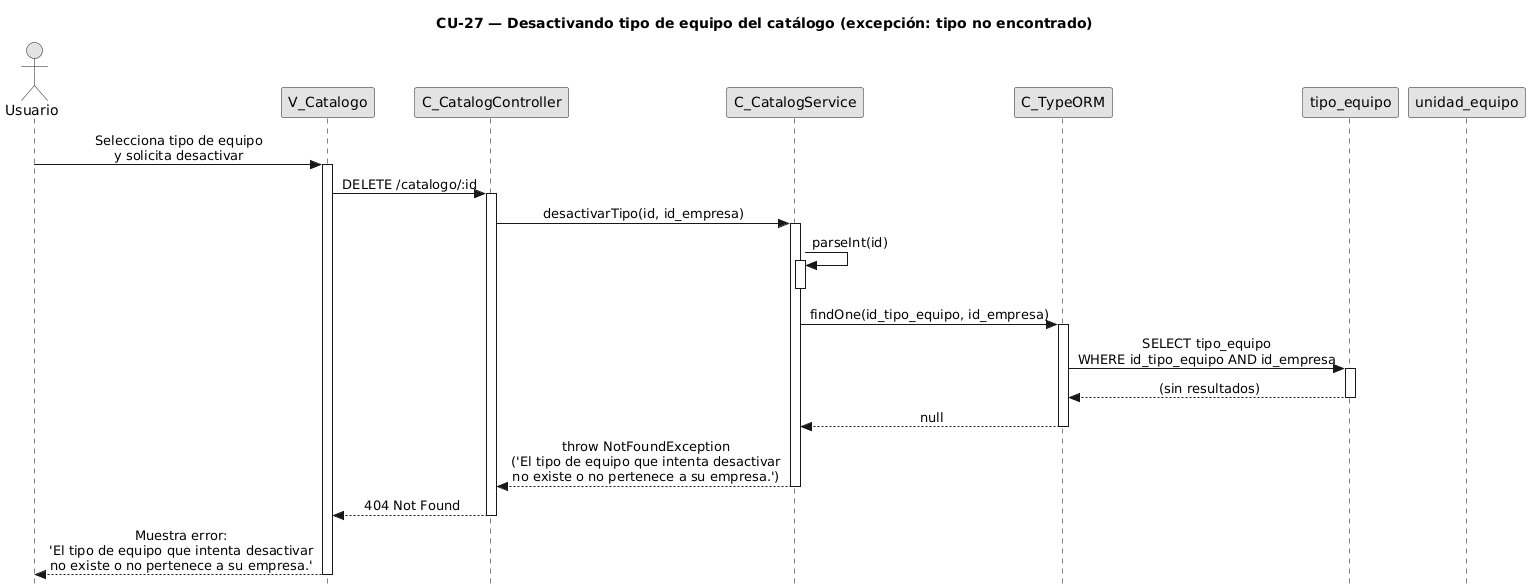
Before: diagramas/diagramas-secuencia/CU27/CU27-exc-tiene-unidades.png, a diagram exported from PlantUML (FSM-Finet-y-Cable-Magico/Team_1-Inventario-y-Bodega).
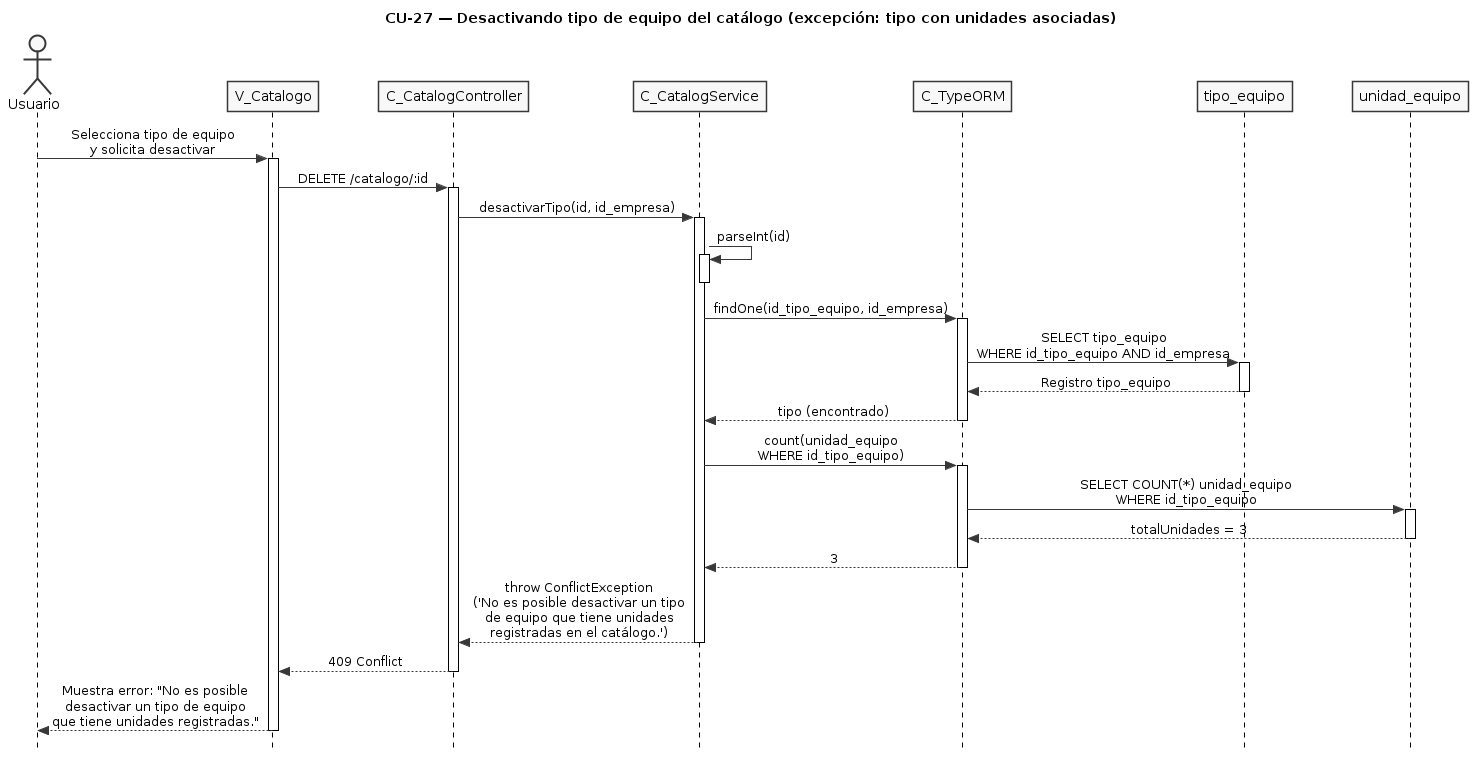
After the commit.

Change to the diagram source:
```diff
@@ -1,10 +1,12 @@
 @startuml CU27-exc-tiene-unidades
-title CU-27 — Desactivando tipo de equipo del catálogo (excepción: tipo no encontrado)
+title CU-27 — Desactivando tipo de equipo del catálogo (excepción: tipo con unidades asociadas)
 
 skinparam style strictuml
 skinparam monochrome true
 skinparam shadowing false
 skinparam sequenceMessageAlign center
+skinparam ParticipantPadding 25
+skinparam ActorPadding 20
 skinparam sequence {
   MessageAlign center
   LifeLineBorderColor black
@@ -37,19 +39,30 @@
 
 orm -> tent : SELECT tipo_equipo\nWHERE id_tipo_equipo AND id_empresa
 activate tent
-tent --> orm : (sin resultados)
+tent --> orm : Registro tipo_equipo
 deactivate tent
 
-orm --> svc : null
+orm --> svc : tipo (encontrado)
 deactivate orm
 
-svc --> ctrl : throw NotFoundException\n('El tipo de equipo que intenta desactivar\nno existe o no pertenece a su empresa.')
+svc -> orm : count(unidad_equipo\nWHERE id_tipo_equipo)
+activate orm
+
+orm -> uent : SELECT COUNT(*) unidad_equipo\nWHERE id_tipo_equipo
+activate uent
+uent --> orm : totalUnidades = 3
+deactivate uent
+
+orm --> svc : 3
+deactivate orm
+
+svc --> ctrl : throw ConflictException\n('No es posible desactivar un tipo\nde equipo que tiene unidades\nregistradas en el catálogo.')
 deactivate svc
 
-ctrl --> view : 404 Not Found
+ctrl --> view : 409 Conflict
 deactivate ctrl
 
-view --> user : Muestra error:\n'El tipo de equipo que intenta desactivar\nno existe o no pertenece a su empresa.'
+view --> user : Muestra error: "No es posible\ndesactivar un tipo de equipo\nque tiene unidades registradas."
 deactivate view
 
 @enduml
```
